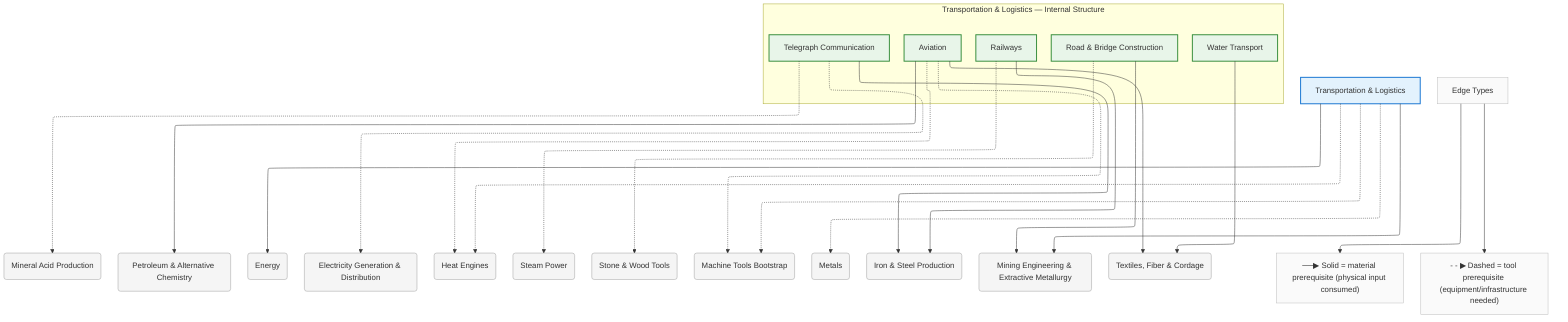
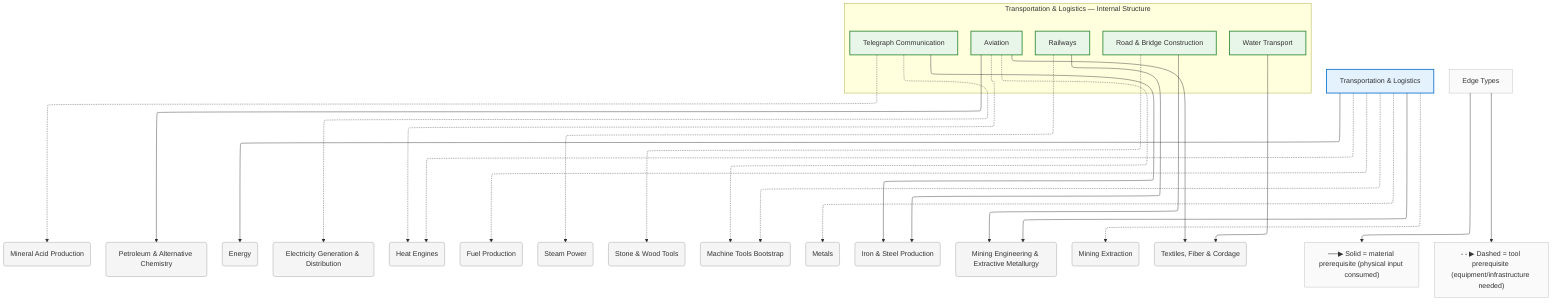
%%{init: {"flowchart": {"defaultRenderer": "elk", "htmlLabels": true}}}%%
graph TD
    %% Domain: Transportation & Logistics

    %% ==================== INTERNAL NODES ====================
    subgraph transport_internal ["Transportation & Logistics — Internal Structure"]
        direction TB
        transport_roads["Road & Bridge Construction"]
        transport_railways["Railways"]
        transport_shipping["Water Transport"]
        transport_aviation["Aviation"]
        transport_telegraph["Telegraph Communication"]
    end

    %% ==================== DOMAIN NODE ====================
    transport["Transportation & Logistics"]

    %% ==================== EXTERNAL DEPENDENCIES ====================
    chemistry_acids("Mineral Acid Production")
    chemistry_petroleum-alternatives("Petroleum & Alternative Chemistry")
    energy("Energy")
    energy_electricity("Electricity Generation & Distribution")
    energy_engine("Heat Engines")
+     energy_fuels("Fuel Production")
    energy_steam-power("Steam Power")
    foundations_tools-basic("Stone & Wood Tools")
    machine-tools("Machine Tools Bootstrap")
    metals("Metals")
    metals_iron-steel("Iron & Steel Production")
    mining("Mining Engineering & Extractive Metallurgy")
+     mining_extraction("Mining Extraction")
    textiles("Textiles, Fiber & Cordage")

    %% ==================== EDGES ====================
    transport -.-> metals
    transport --> energy
    transport --> mining
    transport -.-> machine-tools
    transport_aviation -.-> machine-tools
    transport_aviation --> textiles
    transport_aviation --> chemistry_petroleum-alternatives
    transport_roads -.-> foundations_tools-basic
    transport_roads --> mining
    transport_railways -.-> energy_steam-power
    transport_railways --> metals_iron-steel
    transport_shipping --> textiles
    transport_aviation -.-> energy_engine
    transport -.-> energy_engine
    transport_telegraph -.-> energy_electricity
    transport_telegraph --> metals_iron-steel
    transport_telegraph -.-> chemistry_acids
+     transport -.-> mining_extraction
+     transport -.-> energy_fuels

    %% ==================== EDGE TYPE LEGEND ====================
    EdgeLegend["Edge Types"]
    EdgeLegend --> MatNote["──▶ Solid = material prerequisite (physical input consumed)"]
    EdgeLegend --> ToolNote["- - ▶ Dashed = tool prerequisite (equipment/infrastructure needed)"]

    %% ==================== STYLING ====================
    classDef domain fill:#e3f2fd,stroke:#1976d2,stroke-width:2px
    classDef capability fill:#e8f5e9,stroke:#388e3c,stroke-width:2px
    classDef process fill:#fff3e0,stroke:#f57c00,stroke-width:2px
    classDef critical fill:#fff3e0,stroke:#f57c00,stroke-width:3px
    classDef earlyWin fill:#e8f5e9,stroke:#388e3c,stroke-width:3px
    classDef pinnacle fill:#fce4ec,stroke:#c62828,stroke-width:3px
    classDef external fill:#f5f5f5,stroke:#9e9e9e,stroke-width:1px
    classDef legend fill:#fafafa,stroke:#bdbdbd,stroke-width:1px
    class transport domain
    class transport_roads capability
    class transport_railways capability
    class transport_shipping capability
    class transport_aviation capability
    class transport_telegraph capability
    class chemistry_acids external
    class chemistry_petroleum-alternatives external
    class energy external
    class energy_electricity external
    class energy_engine external
+     class energy_fuels external
    class energy_steam-power external
    class foundations_tools-basic external
    class machine-tools external
    class metals external
    class metals_iron-steel external
    class mining external
+     class mining_extraction external
    class textiles external
    class EdgeLegend,MatNote,ToolNote legend
